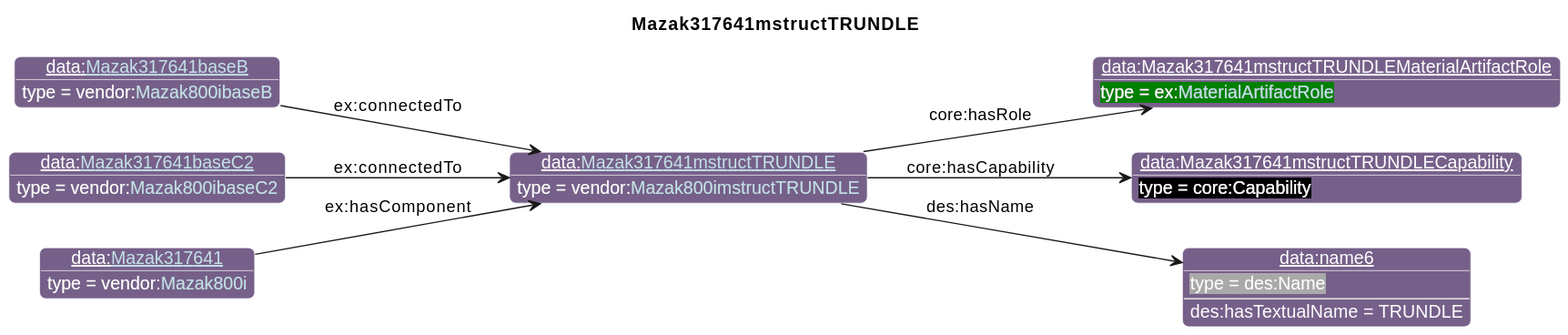
The PlantUML diagram diagrams/Mazak317641mstructTRUNDLE.svg in iofoundry/example-syseng-mtconnect, before a commit.
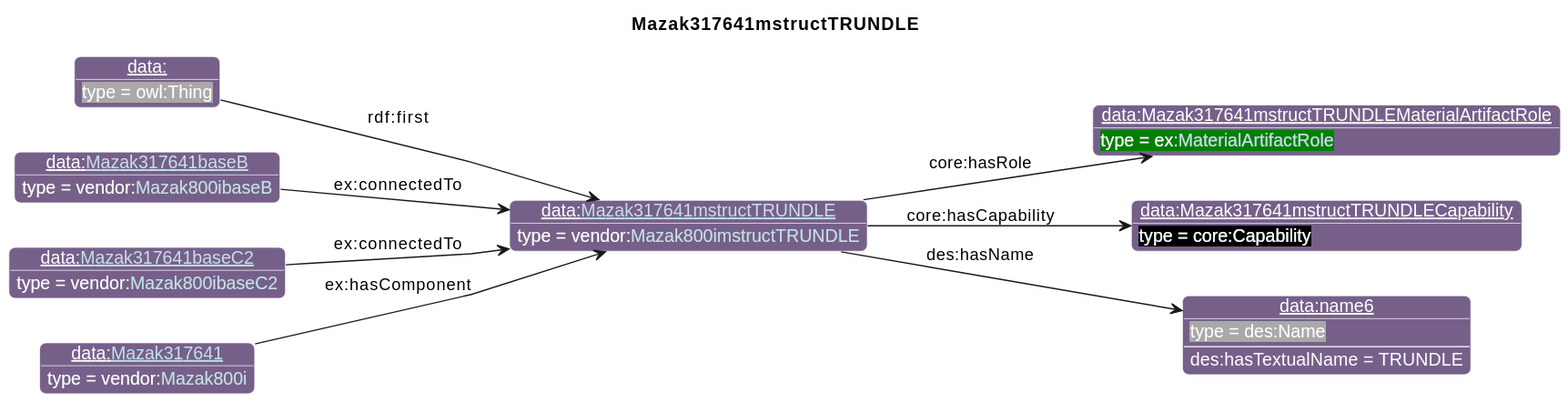
The same diagram one commit later.

What changed in the source:
```diff
@@ -29,14 +29,16 @@
 individual(o1, data:Mazak317641mstructTRUNDLEMaterialArtifactRole, ex:[[../Example.html#MaterialArtifactRole MaterialArtifactRole]])
 individual(o2, data:Mazak317641mstructTRUNDLECapability, core:Capability)
 individual(o3, data:name6, des:Name)
-individual(o4, data:[[./Mazak317641baseB.html Mazak317641baseB]], vendor:[[../Mazak.html#Mazak800ibaseB Mazak800ibaseB]])
-individual(o5, data:[[./Mazak317641baseC2.html Mazak317641baseC2]], vendor:[[../Mazak.html#Mazak800ibaseC2 Mazak800ibaseC2]])
-individual(o6, data:[[./Mazak317641.html Mazak317641]], vendor:[[../Mazak.html#Mazak800i Mazak800i]])
+individual(o4, data:, owl:Thing)
+individual(o5, data:[[./Mazak317641baseB.html Mazak317641baseB]], vendor:[[../Mazak.html#Mazak800ibaseB Mazak800ibaseB]])
+individual(o6, data:[[./Mazak317641baseC2.html Mazak317641baseC2]], vendor:[[../Mazak.html#Mazak800ibaseC2 Mazak800ibaseC2]])
+individual(o7, data:[[./Mazak317641.html Mazak317641]], vendor:[[../Mazak.html#Mazak800i Mazak800i]])
 property(o0, "core:hasRole", o1)
 property(o0, "core:hasCapability", o2)
 property(o0, "des:hasName", o3)
 data(o3, "des:hasTextualName", "TRUNDLE")
-property(o4, "ex:connectedTo", o0)
+property(o4, "rdf:first", o0)
 property(o5, "ex:connectedTo", o0)
-property(o6, "ex:hasComponent", o0)
+property(o6, "ex:connectedTo", o0)
+property(o7, "ex:hasComponent", o0)
 @enduml
```
